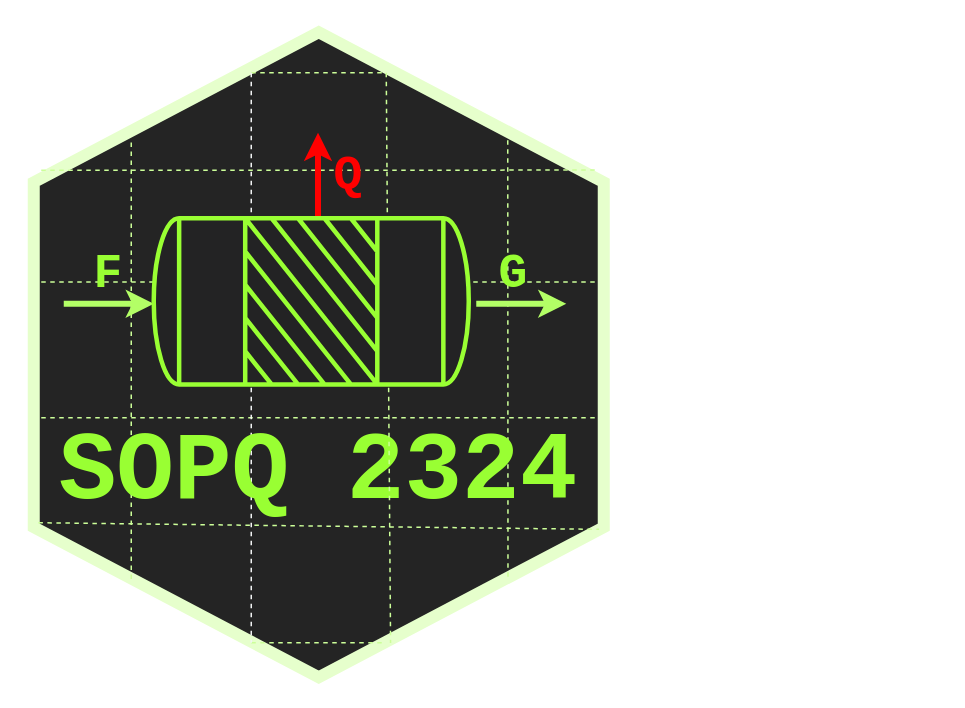
Above: imaxes/logo.drawio in anxosanchez/SOPQ-2324 (draw.io), before the change. Source tidied: cells renumbered, new cells numbered last; positions are measured from the earlier drawing's top-left corner, leaving out a move shared by most shapes. Both pictures are drawn from the tidied source at 150%, with x=0, y=0 at pixel (-4, 69).
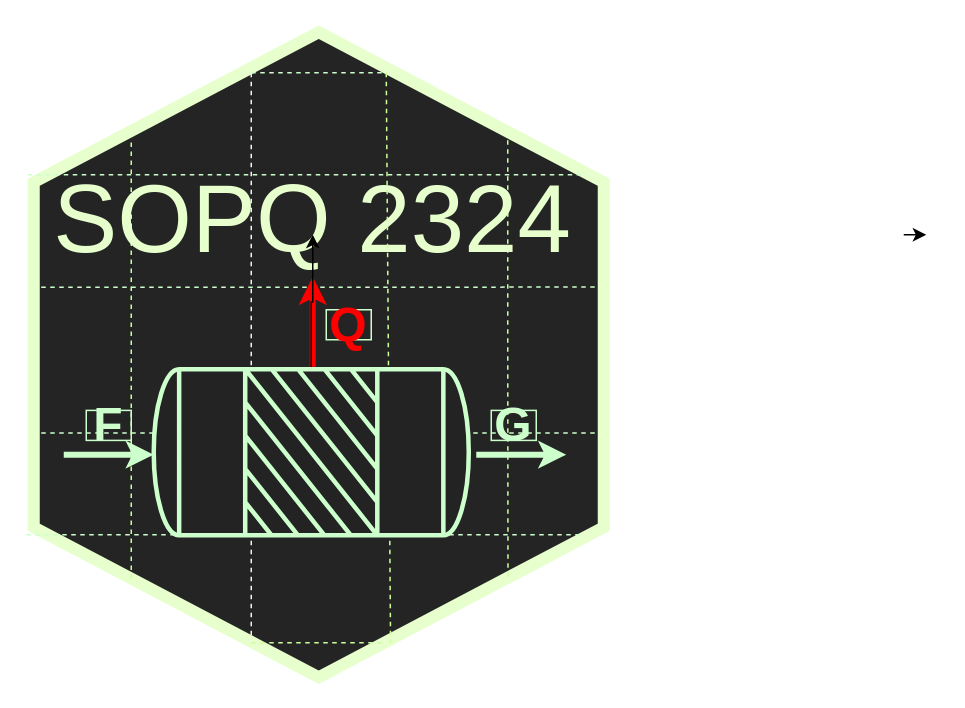
After the change.

What changed in the source:
```diff
@@
-    <mxCell id="2" style="shape=hexagon;perimeter=hexagonPerimeter2;whiteSpace=wrap;html=1;fixedSize=1;rotation=90;size=100;strokeWidth=8;strokeColor=#E6FFCC;fillColor=#242424;fontColor=#ffffff;" parent="1" vertex="1">
+    <mxCell id="2" style="shape=hexagon;perimeter=hexagonPerimeter2;whiteSpace=wrap;html=1;fixedSize=1;rotation=90;size=100;strokeWidth=8;strokeColor=#E6FFCC;fillColor=#242424;fontColor=#CCFFCC;" parent="1" vertex="1">
       <mxGeometry width="430" height="380" as="geometry" />
     </mxCell>
-    <mxCell id="3" style="endArrow=none;dashed=1;html=1;strokeWidth=1;rounded=0;strokeColor=#CCFF99;" parent="1" edge="1">
+    <mxCell id="3" style="endArrow=none;dashed=1;html=1;strokeWidth=1;rounded=0;strokeColor=#CCFFCC;" parent="1" edge="1">
       <mxGeometry relative="1" as="geometry">
         <mxPoint x="170" y="2" as="sourcePoint" />
         <mxPoint x="260" y="2" as="targetPoint" />
       </mxGeometry>
     </mxCell>
-    <mxCell id="4" style="endArrow=none;dashed=1;html=1;strokeWidth=1;rounded=0;exitX=0;exitY=0.75;exitDx=0;exitDy=0;entryX=0.244;entryY=0.013;entryDx=0;entryDy=0;entryPerimeter=0;strokeColor=#CCFF99;" parent="1" edge="1">
+    <mxCell id="4" style="endArrow=none;dashed=1;html=1;strokeWidth=1;rounded=0;exitX=0;exitY=0.75;exitDx=0;exitDy=0;entryX=0.244;entryY=0.013;entryDx=0;entryDy=0;entryPerimeter=0;strokeColor=#CCFFCC;fontFamily=Helvetica;" parent="1" edge="1">
       <mxGeometry relative="1" as="geometry">
-        <mxPoint x="30" y="67" as="sourcePoint" />
-        <mxPoint x="400" y="66.9" as="targetPoint" />
+        <mxPoint x="30" y="145" as="sourcePoint" />
+        <mxPoint x="400" y="144.9" as="targetPoint" />
       </mxGeometry>
     </mxCell>
-    <mxCell id="5" style="endArrow=none;dashed=1;html=1;strokeWidth=1;rounded=0;entryX=0.244;entryY=0.013;entryDx=0;entryDy=0;entryPerimeter=0;strokeColor=#CCFF99;" parent="1" edge="1">
+    <mxCell id="5" style="endArrow=none;dashed=1;html=1;strokeWidth=1;rounded=0;entryX=0.244;entryY=0.013;entryDx=0;entryDy=0;entryPerimeter=0;strokeColor=#CCFFCC;fontFamily=Helvetica;" parent="1" edge="1">
       <mxGeometry relative="1" as="geometry">
-        <mxPoint x="30" y="141.5" as="sourcePoint" />
-        <mxPoint x="400" y="141.5" as="targetPoint" />
+        <mxPoint x="30" y="242.1" as="sourcePoint" />
+        <mxPoint x="400" y="242.1" as="targetPoint" />
       </mxGeometry>
     </mxCell>
-    <mxCell id="6" style="endArrow=none;dashed=1;html=1;strokeWidth=1;rounded=0;exitX=0;exitY=0.75;exitDx=0;exitDy=0;entryX=0.244;entryY=0.013;entryDx=0;entryDy=0;entryPerimeter=0;strokeColor=#CCFF99;" parent="1" edge="1">
+    <mxCell id="6" style="endArrow=none;dashed=1;html=1;strokeWidth=1;rounded=0;exitX=0;exitY=0.75;exitDx=0;exitDy=0;entryX=0.244;entryY=0.013;entryDx=0;entryDy=0;entryPerimeter=0;strokeColor=#CCFFCC;" parent="1" edge="1">
       <mxGeometry relative="1" as="geometry">
-        <mxPoint x="30" y="232" as="sourcePoint" />
-        <mxPoint x="400" y="232" as="targetPoint" />
+        <mxPoint x="21" y="70" as="sourcePoint" />
+        <mxPoint x="391" y="70" as="targetPoint" />
       </mxGeometry>
     </mxCell>
-    <mxCell id="7" style="endArrow=none;dashed=1;html=1;strokeWidth=1;rounded=0;exitX=0.749;exitY=0.997;exitDx=0;exitDy=0;entryX=0.244;entryY=0.013;entryDx=0;entryDy=0;entryPerimeter=0;exitPerimeter=0;strokeColor=#CCFF99;" parent="1" edge="1">
-      <mxGeometry relative="1" as="geometry">
-        <mxPoint x="28.1" y="302" as="sourcePoint" />
-        <mxPoint x="401.9" y="306.4" as="targetPoint" />
-      </mxGeometry>
-    </mxCell>
@@
     <mxCell id="10" style="endArrow=none;dashed=1;html=1;strokeWidth=1;rounded=0;exitX=0;exitY=0.75;exitDx=0;exitDy=0;entryX=0.847;entryY=0.168;entryDx=0;entryDy=0;entryPerimeter=0;strokeColor=#CCFF99;" parent="1" edge="1" target="2">
       <mxGeometry relative="1" as="geometry">
         <mxPoint x="341" y="47" as="sourcePoint" />
+        <Array as="points">
+          <mxPoint x="341" y="190" />
+        </Array>
       </mxGeometry>
     </mxCell>
@@
-    <mxCell id="12" value="SOPQ 2324" style="text;strokeColor=none;align=center;fillColor=none;html=1;verticalAlign=middle;whiteSpace=wrap;rounded=0;strokeWidth=1;fontSize=64;fontStyle=1;fontColor=#99FF33;fontFamily=Courier New;" parent="1" vertex="1">
-      <mxGeometry x="40" y="259.4" width="350" height="20" as="geometry" />
+    <mxCell id="12" value="SOPQ 2324" style="text;strokeColor=none;align=center;fillColor=none;html=1;verticalAlign=middle;whiteSpace=wrap;rounded=0;strokeWidth=1;fontSize=64;fontStyle=0;fontColor=#E6FFCC;fontFamily=Helvetica;" parent="1" vertex="1">
+      <mxGeometry x="36" y="90" width="350" height="20" as="geometry" />
     </mxCell>
@@
-    <mxCell id="14" value="F" style="text;strokeColor=none;align=center;fillColor=none;html=1;verticalAlign=middle;whiteSpace=wrap;rounded=0;strokeWidth=1;fontSize=32;fontStyle=1;fontColor=#99FF33;fontFamily=Courier New;" parent="1" vertex="1">
-      <mxGeometry x="60" y="126.5" width="30" height="20" as="geometry" />
+    <mxCell id="14" value="F" style="text;strokeColor=#CCFFCC;align=center;fillColor=none;html=1;verticalAlign=middle;whiteSpace=wrap;rounded=0;strokeWidth=1;fontSize=32;fontStyle=1;fontColor=#CCFFCC;fontFamily=Helvetica;" parent="1" vertex="1">
+      <mxGeometry x="60" y="227.1" width="30" height="20" as="geometry" />
     </mxCell>
-    <mxCell id="15" value="G" style="text;strokeColor=none;align=center;fillColor=none;html=1;verticalAlign=middle;whiteSpace=wrap;rounded=0;strokeWidth=1;fontSize=32;fontStyle=1;fontColor=#99FF33;fontFamily=Courier New;" parent="1" vertex="1">
-      <mxGeometry x="330" y="126.5" width="30" height="20" as="geometry" />
+    <mxCell id="15" value="G" style="text;strokeColor=#CCFFCC;align=center;fillColor=none;html=1;verticalAlign=middle;whiteSpace=wrap;rounded=0;strokeWidth=1;fontSize=32;fontStyle=1;fontColor=#CCFFCC;fontFamily=Helvetica;" parent="1" vertex="1">
+      <mxGeometry x="330" y="227.1" width="30" height="20" as="geometry" />
     </mxCell>
-    <mxCell id="16" style="endArrow=classic;html=1;rounded=0;strokeColor=#B3FF66;strokeWidth=4;" parent="1" edge="1">
+    <mxCell id="16" style="endArrow=classic;html=1;rounded=0;strokeColor=#CCFFCC;strokeWidth=4;fontFamily=Helvetica;fontColor=#CCFFCC;" parent="1" edge="1">
       <mxGeometry relative="1" as="geometry">
-        <mxPoint x="320" y="156" as="sourcePoint" />
-        <mxPoint x="380" y="156" as="targetPoint" />
+        <mxPoint x="320" y="256.6" as="sourcePoint" />
+        <mxPoint x="380" y="256.6" as="targetPoint" />
       </mxGeometry>
     </mxCell>
-    <mxCell id="17" style="endArrow=classic;html=1;rounded=0;strokeColor=#FF0000;strokeWidth=4;" parent="1" edge="1">
+    <mxCell id="17" style="endArrow=classic;html=1;rounded=0;strokeColor=#FF0000;strokeWidth=4;fontFamily=Helvetica;" parent="1" edge="1">
       <mxGeometry relative="1" as="geometry">
-        <mxPoint x="214.5" y="102" as="sourcePoint" />
-        <mxPoint x="214.5" y="42" as="targetPoint" />
+        <mxPoint x="211" y="198" as="sourcePoint" />
+        <mxPoint x="211" y="138" as="targetPoint" />
       </mxGeometry>
     </mxCell>
+    <mxCell id="19" style="endArrow=classic;html=1;rounded=0;strokeColor=#CCFFCC;strokeWidth=4;fontFamily=Helvetica;fontColor=#CCFFCC;" parent="1" edge="1">
+      <mxGeometry relative="1" as="geometry">
+        <mxPoint x="45" y="256.6" as="sourcePoint" />
+        <mxPoint x="105" y="256.6" as="targetPoint" />
+      </mxGeometry>
+    </mxCell>
+    <mxCell id="21" style="edgeStyle=orthogonalEdgeStyle;rounded=0;jettySize=auto;html=1;" parent="1" edge="1" source="20" target="12">
+      <mxGeometry relative="1" as="geometry" />
+    </mxCell>
+    <mxCell id="20" style="shape=mxgraph.pid.vessels.reactor;html=1;align=center;verticalLabelPosition=bottom;verticalAlign=top;dashed=0;rotation=-90;strokeWidth=3;fillColor=#232324;fontColor=#CCFFCC;strokeColor=#CCFFCC;fontFamily=Helvetica;" parent="1" vertex="1">
+      <mxGeometry x="154.6" y="150" width="110.8" height="210" as="geometry" />
+    </mxCell>
+    <mxCell id="22" style="endArrow=none;dashed=1;html=1;strokeWidth=1;rounded=0;exitX=0;exitY=0.75;exitDx=0;exitDy=0;entryX=0.244;entryY=0.013;entryDx=0;entryDy=0;entryPerimeter=0;strokeColor=#CCFFCC;" parent="1" edge="1">
+      <mxGeometry relative="1" as="geometry">
+        <mxPoint x="20" y="310" as="sourcePoint" />
+        <mxPoint x="390" y="310" as="targetPoint" />
+      </mxGeometry>
+    </mxCell>
+    <mxCell id="23" style="edgeStyle=orthogonalEdgeStyle;rounded=0;orthogonalLoop=1;jettySize=auto;html=1;exitX=0.5;exitY=1;exitDx=0;exitDy=0;entryX=1;entryY=1;entryDx=0;entryDy=0;" parent="1" edge="1">
+      <mxGeometry relative="1" as="geometry">
+        <mxPoint x="605" y="110" as="sourcePoint" />
+        <mxPoint x="620" y="110" as="targetPoint" />
+      </mxGeometry>
+    </mxCell>
-    <mxCell id="18" value="Q" style="text;strokeColor=none;align=center;fillColor=none;html=1;verticalAlign=middle;whiteSpace=wrap;rounded=0;strokeWidth=1;fontSize=32;fontStyle=1;fontColor=#FF0000;fontFamily=Courier New;" parent="1" vertex="1">
-      <mxGeometry x="220" y="62" width="30" height="20" as="geometry" />
+    <mxCell id="18" value="&lt;font color=&quot;#ff0000&quot;&gt;Q&lt;/font&gt;" style="text;strokeColor=#CCFFCC;align=center;fillColor=none;html=1;verticalAlign=middle;whiteSpace=wrap;rounded=0;strokeWidth=1;fontSize=32;fontStyle=1;fontColor=#CCFFCC;fontFamily=Helvetica;" parent="1" vertex="1">
+      <mxGeometry x="220" y="160" width="30" height="20" as="geometry" />
     </mxCell>
-    <mxCell id="19" style="endArrow=classic;html=1;rounded=0;strokeColor=#B3FF66;strokeWidth=4;" parent="1" edge="1">
-      <mxGeometry relative="1" as="geometry">
-        <mxPoint x="45" y="156" as="sourcePoint" />
-        <mxPoint x="105" y="156" as="targetPoint" />
-      </mxGeometry>
-    </mxCell>
-    <mxCell id="20" style="shape=mxgraph.pid.vessels.reactor;html=1;align=center;verticalLabelPosition=bottom;verticalAlign=top;dashed=0;rotation=-90;strokeWidth=3;fillColor=#232324;fontColor=#ffffff;strokeColor=#99FF33;" parent="1" vertex="1">
-      <mxGeometry x="154.6" y="49.4" width="110.8" height="210" as="geometry" />
-    </mxCell>
```
